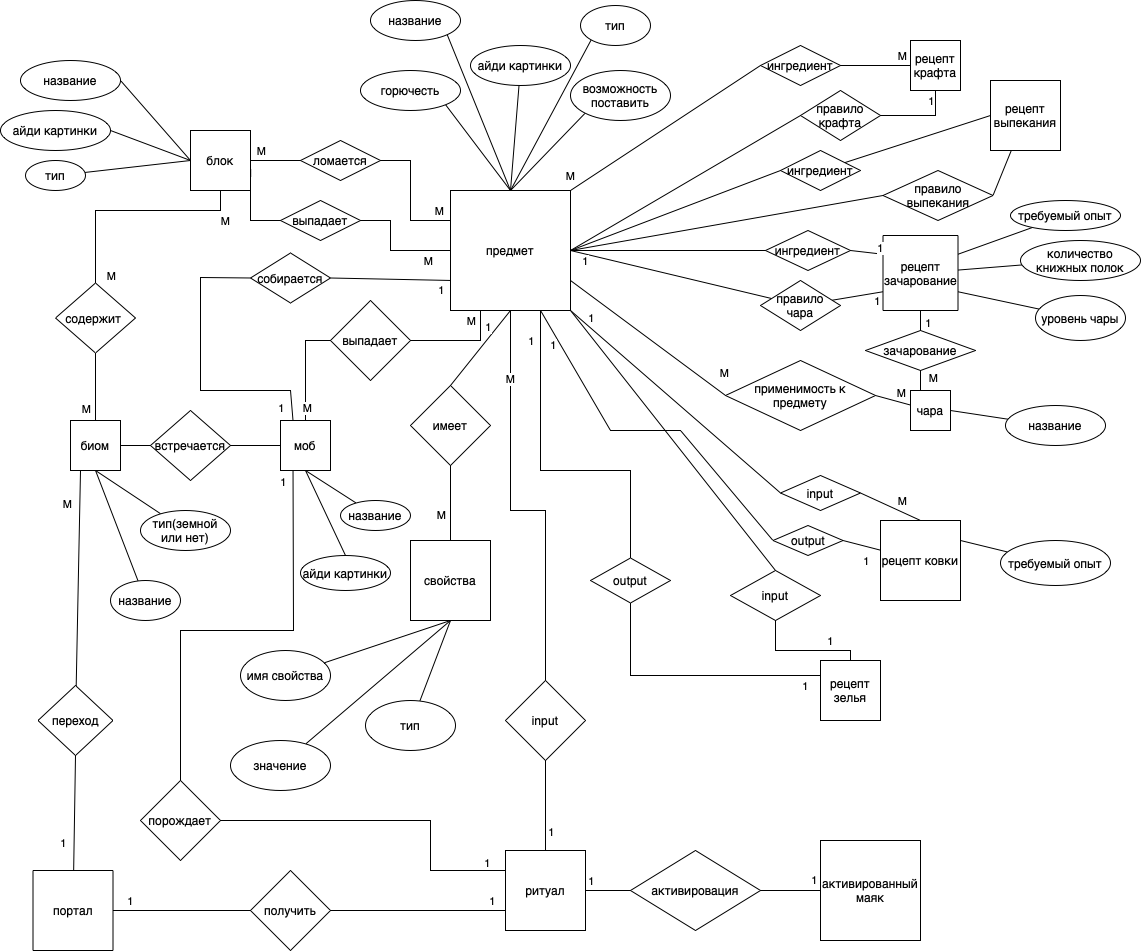
Earlier version of the draw.io export second-stage/DB_coursework1.drawio.png (ShchA317/db-coursework). Source tidied: cells renumbered, new cells last; positions are measured from the earlier drawing's top-left corner, leaving out a move shared by most shapes.
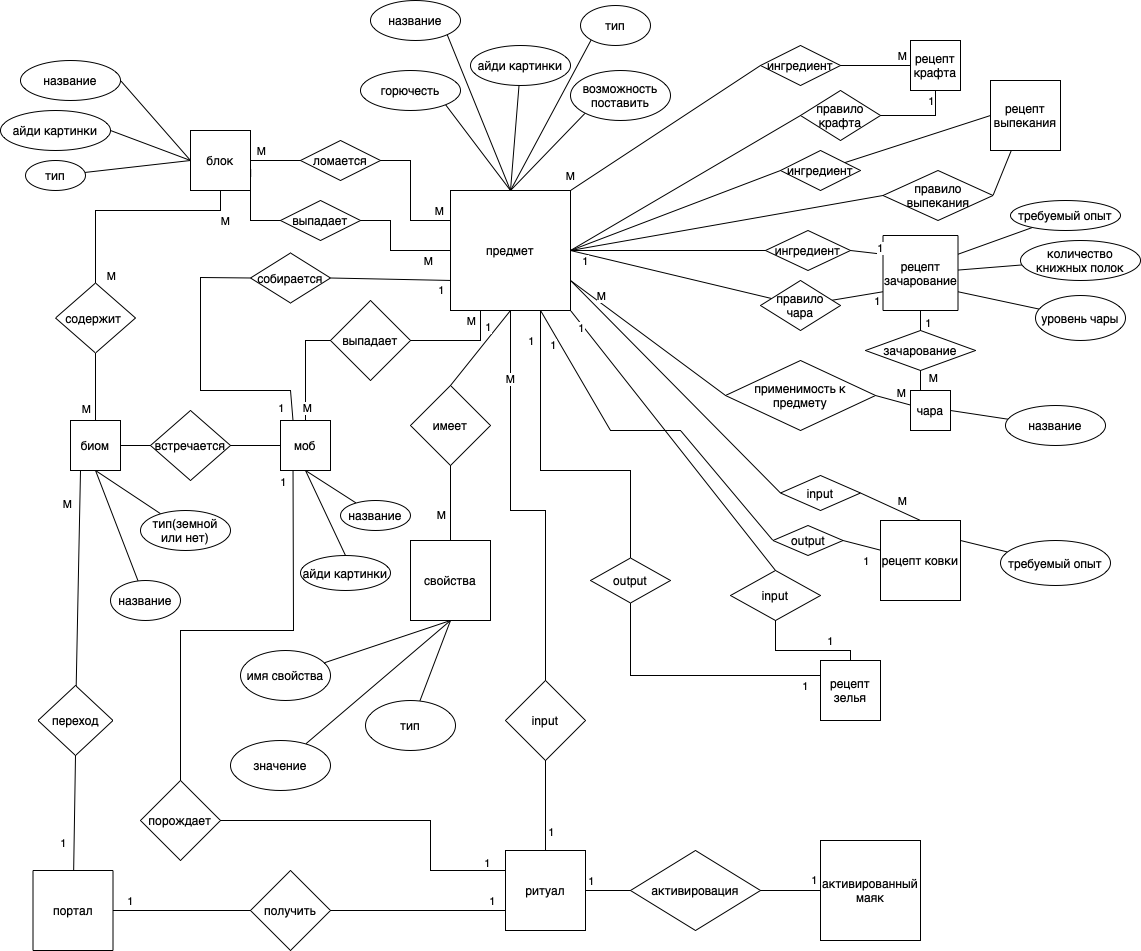
Later version of the same file.

What changed in the source:
```diff
@@ -23,22 +23,20 @@
     <mxCell id="6" style="edgeStyle=none;rounded=0;jettySize=auto;html=1;exitX=1;exitY=0.75;exitDx=0;exitDy=0;entryX=0;entryY=0.5;entryDx=0;entryDy=0;startArrow=none;startFill=0;endArrow=none;endFill=0;" parent="1" edge="1" source="14" target="105">
       <mxGeometry relative="1" as="geometry" />
     </mxCell>
-    <mxCell id="7" value="М" style="edgeLabel;html=1;align=center;verticalAlign=middle;" parent="6" vertex="1">
-      <mxGeometry x="0.82" y="1" relative="1" as="geometry">
-        <mxPoint x="12" y="-11" as="offset" />
-      </mxGeometry>
-    </mxCell>
-    <mxCell id="8" style="edgeStyle=none;rounded=0;jettySize=auto;html=1;exitX=1;exitY=1;exitDx=0;exitDy=0;entryX=0;entryY=0.5;entryDx=0;entryDy=0;startArrow=none;startFill=0;endArrow=none;endFill=0;" parent="1" edge="1" source="14" target="126">
+    <mxCell id="8" style="edgeStyle=none;rounded=0;jettySize=auto;html=1;exitX=1;exitY=0.75;exitDx=0;exitDy=0;entryX=0;entryY=0.5;entryDx=0;entryDy=0;startArrow=none;startFill=0;endArrow=none;endFill=0;" parent="1" edge="1" source="14" target="126">
       <mxGeometry relative="1" as="geometry" />
     </mxCell>
+    <mxCell id="167" value="M" style="edgeLabel;html=1;align=center;verticalAlign=middle;" parent="8" vertex="1">
+      <mxGeometry x="-0.81" y="1" relative="1" as="geometry">
+        <mxPoint x="10" y="-4" as="offset" />
+      </mxGeometry>
+    </mxCell>
+    <mxCell id="10" style="edgeStyle=none;rounded=0;jettySize=auto;html=1;exitX=1;exitY=1;exitDx=0;exitDy=0;entryX=0.5;entryY=0;entryDx=0;entryDy=0;startArrow=none;startFill=0;endArrow=none;endFill=0;" parent="1" edge="1" source="14" target="79">
+      <mxGeometry relative="1" as="geometry" />
+    </mxCell>
-    <mxCell id="9" value="1" style="edgeLabel;html=1;align=center;verticalAlign=middle;" parent="8" vertex="1">
-      <mxGeometry x="-0.8" y="-1" relative="1" as="geometry">
-        <mxPoint y="-12" as="offset" />
-      </mxGeometry>
+    <mxCell id="9" value="1" style="edgeLabel;html=1;align=center;verticalAlign=middle;" parent="10" vertex="1">
+      <mxGeometry x="-0.88" y="-3" relative="1" as="geometry" />
     </mxCell>
-    <mxCell id="10" style="edgeStyle=none;rounded=0;jettySize=auto;html=1;exitX=1;exitY=1;exitDx=0;exitDy=0;entryX=0.5;entryY=0;entryDx=0;entryDy=0;startArrow=none;startFill=0;endArrow=none;endFill=0;" parent="1" edge="1" source="14" target="79">
-      <mxGeometry relative="1" as="geometry" />
-    </mxCell>
     <mxCell id="11" style="edgeStyle=none;rounded=0;jettySize=auto;html=1;exitX=0.5;exitY=1;exitDx=0;exitDy=0;entryX=0.5;entryY=0;entryDx=0;entryDy=0;startArrow=none;startFill=0;endArrow=none;endFill=0;" parent="1" edge="1" source="14" target="145">
       <mxGeometry relative="1" as="geometry">
         <Array as="points">
```
